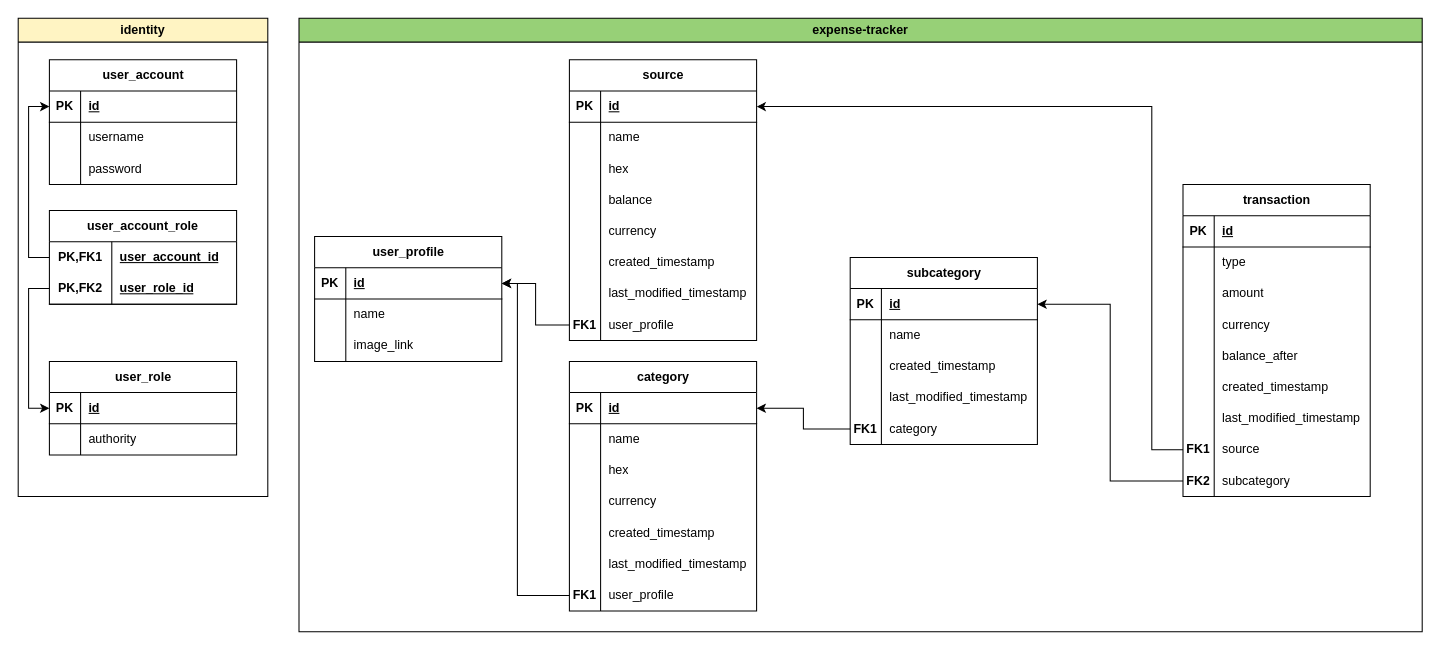
Before: expense_tracker_diagram.drawio in maksimfisenko/expense-tracker-app, a draw.io diagram. Source tidied: cells renumbered, new cells numbered last; positions are measured from the earlier drawing's top-left corner, leaving out a move shared by most shapes. Both pictures are drawn from the tidied source at 104%, with x=0, y=0 at pixel (18, 18).
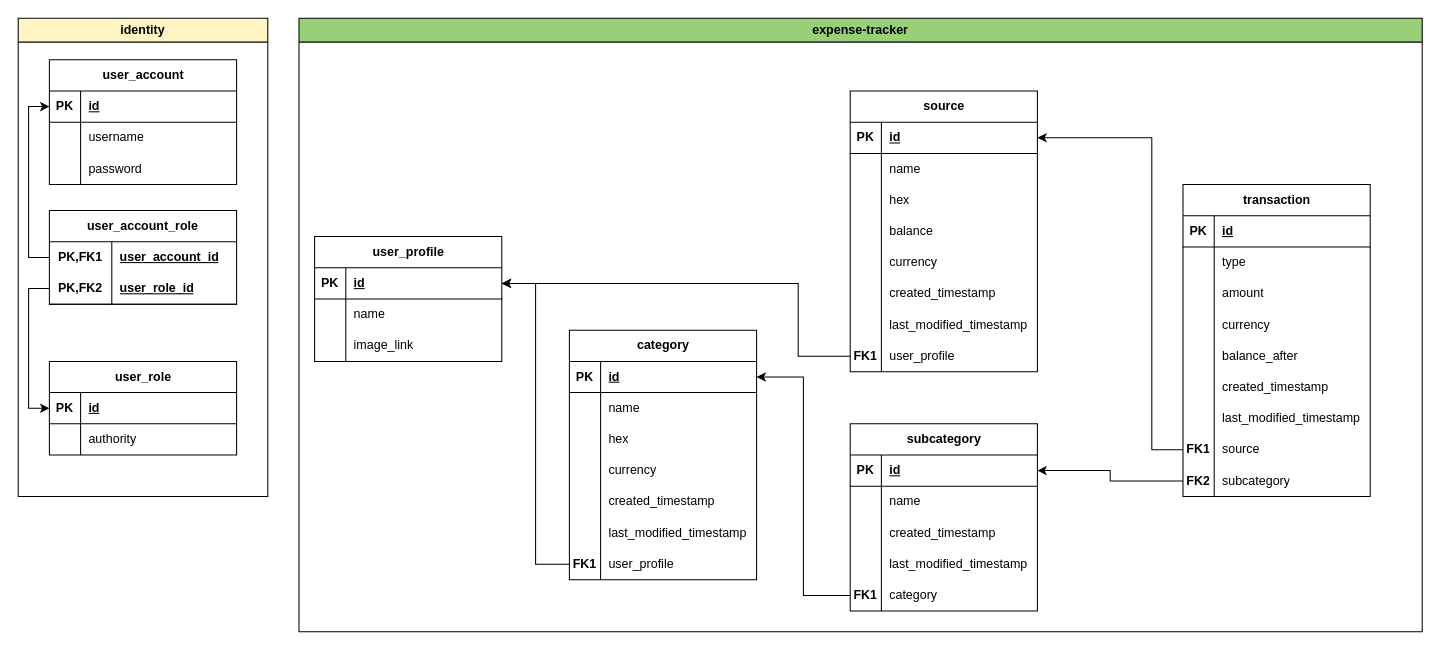
The same diagram, later.

Commit message:
improve db diagram

The change refers to these unchanged cells:
```xml
<mxCell id="29" value="expense-tracker" style="swimlane;whiteSpace=wrap;html=1;fillColor=#97D077;" parent="1" vertex="1">
  <mxGeometry x="270" width="1080" height="590" as="geometry" />
</mxCell>
<mxCell id="31" style="shape=tableRow;horizontal=0;startSize=0;swimlaneHead=0;swimlaneBody=0;fillColor=none;points=[[0,0.5],[1,0.5]];portConstraint=eastwest;top=0;left=0;right=0;bottom=1;" parent="30" vertex="1">
  <mxGeometry y="30" width="180" height="30" as="geometry" />
</mxCell>
<mxCell id="41" style="shape=tableRow;horizontal=0;startSize=0;swimlaneHead=0;swimlaneBody=0;fillColor=none;points=[[0,0.5],[1,0.5]];portConstraint=eastwest;top=0;left=0;right=0;bottom=1;" parent="40" vertex="1">
  <mxGeometry y="30" width="180" height="30" as="geometry" />
</mxCell>
<mxCell id="62" style="shape=tableRow;horizontal=0;startSize=0;swimlaneHead=0;swimlaneBody=0;fillColor=none;points=[[0,0.5],[1,0.5]];portConstraint=eastwest;top=0;left=0;right=0;bottom=0;" parent="40" vertex="1">
  <mxGeometry y="240" width="180" height="30" as="geometry" />
</mxCell>
<mxCell id="84" style="shape=tableRow;horizontal=0;startSize=0;swimlaneHead=0;swimlaneBody=0;fillColor=none;points=[[0,0.5],[1,0.5]];portConstraint=eastwest;top=0;left=0;right=0;bottom=0;" parent="65" vertex="1">
  <mxGeometry y="210" width="180" height="30" as="geometry" />
</mxCell>
<mxCell id="111" style="shape=tableRow;horizontal=0;startSize=0;swimlaneHead=0;swimlaneBody=0;fillColor=none;points=[[0,0.5],[1,0.5]];portConstraint=eastwest;top=0;left=0;right=0;bottom=0;" parent="89" vertex="1">
  <mxGeometry y="240" width="180" height="30" as="geometry" />
</mxCell>
```

The edit, as a diff of the source:
```diff
@@
-<mxGraphModel>
+<mxGraphModel background="#FFFFFF">
@@
     <mxCell id="40" value="source" style="shape=table;startSize=30;childLayout=tableLayout;rowLines=0;fontStyle=1;align=center;html=1;" parent="29" vertex="1">
-      <mxGeometry x="260" y="40" width="180" height="270" as="geometry" />
+      <mxGeometry x="530" y="70" width="180" height="270" as="geometry" />
     </mxCell>
@@
     <mxCell id="65" value="category" style="shape=table;startSize=30;childLayout=tableLayout;rowLines=0;fontStyle=1;align=center;html=1;" parent="29" vertex="1">
-      <mxGeometry x="260" y="330" width="180" height="240" as="geometry" />
+      <mxGeometry x="260" y="300" width="180" height="240" as="geometry" />
     </mxCell>
@@
     <mxCell id="87" style="edgeStyle=orthogonalEdgeStyle;rounded=0;jettySize=auto;html=1;exitX=0;exitY=0.5;exitDx=0;exitDy=0;entryX=1;entryY=0.5;entryDx=0;entryDy=0;" parent="29" edge="1" source="62" target="31">
-      <mxGeometry relative="1" as="geometry" />
+      <mxGeometry relative="1" as="geometry">
+        <Array as="points">
+          <mxPoint x="480" y="325" />
+          <mxPoint x="480" y="255" />
+        </Array>
+      </mxGeometry>
     </mxCell>
-    <mxCell id="88" style="edgeStyle=orthogonalEdgeStyle;rounded=0;jettySize=auto;html=1;exitX=0;exitY=0.5;exitDx=0;exitDy=0;entryX=1;entryY=0.5;entryDx=0;entryDy=0;" parent="29" edge="1" source="84" target="31">
-      <mxGeometry relative="1" as="geometry">
-        <Array as="points">
-          <mxPoint x="210" y="555" />
-          <mxPoint x="210" y="255" />
-        </Array>
-      </mxGeometry>
-    </mxCell>
@@
     <mxCell id="117" style="edgeStyle=orthogonalEdgeStyle;rounded=0;jettySize=auto;html=1;exitX=0;exitY=0.5;exitDx=0;exitDy=0;entryX=1;entryY=0.5;entryDx=0;entryDy=0;" parent="29" edge="1" source="111" target="41">
       <mxGeometry relative="1" as="geometry">
         <Array as="points">
           <mxPoint x="820" y="415" />
-          <mxPoint x="820" y="85" />
+          <mxPoint x="820" y="115" />
         </Array>
       </mxGeometry>
     </mxCell>
     <mxCell id="118" value="subcategory" style="shape=table;startSize=30;childLayout=tableLayout;rowLines=0;fontStyle=1;align=center;html=1;" parent="29" vertex="1">
-      <mxGeometry x="530" y="230" width="180" height="180" as="geometry" />
+      <mxGeometry x="530" y="390" width="180" height="180" as="geometry" />
     </mxCell>
@@
+    <mxCell id="88" style="edgeStyle=orthogonalEdgeStyle;rounded=0;jettySize=auto;html=1;exitX=0;exitY=0.5;exitDx=0;exitDy=0;entryX=1;entryY=0.5;entryDx=0;entryDy=0;" parent="29" edge="1" source="84" target="31">
+      <mxGeometry relative="1" as="geometry" />
+    </mxCell>
```
